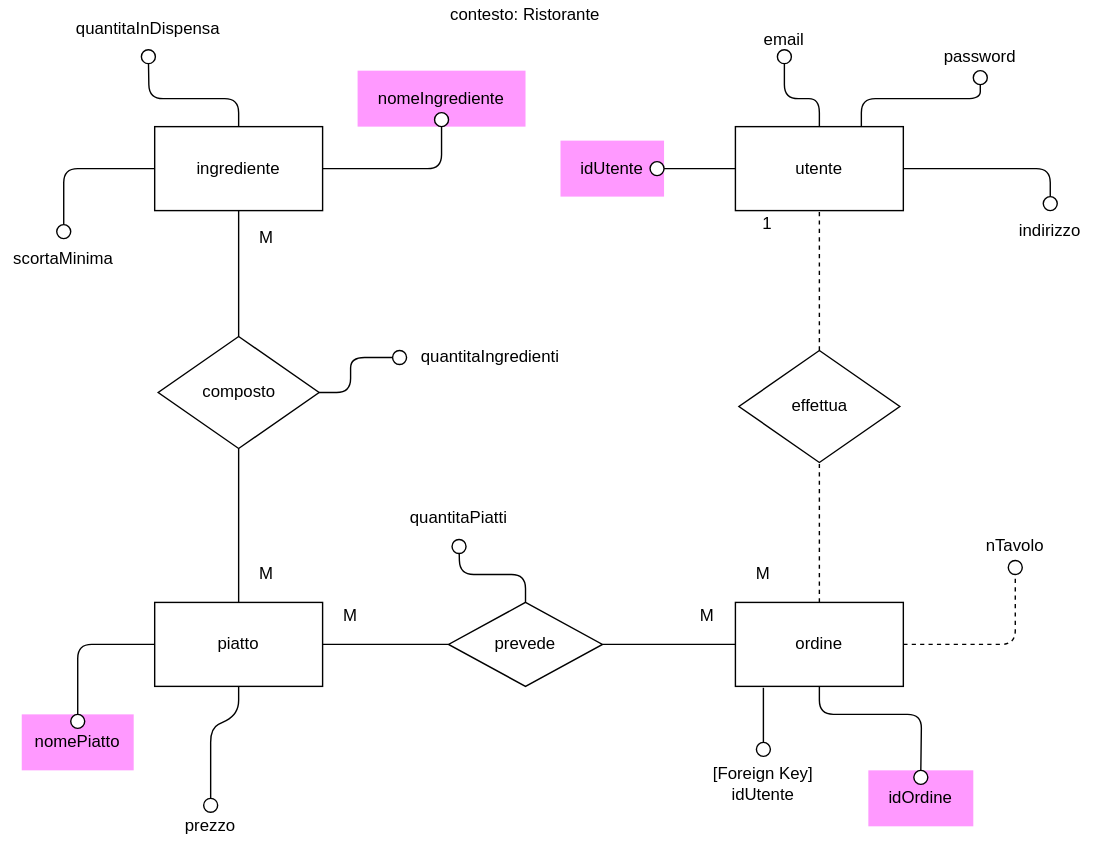
Santeenee/ExamProject keeps this draw.io diagram as E-R_diagram.svg. Above is the earlier version. Source tidied: cells renumbered, new cells last; positions are measured from the earlier drawing's top-left corner, leaving out a move shared by most shapes.
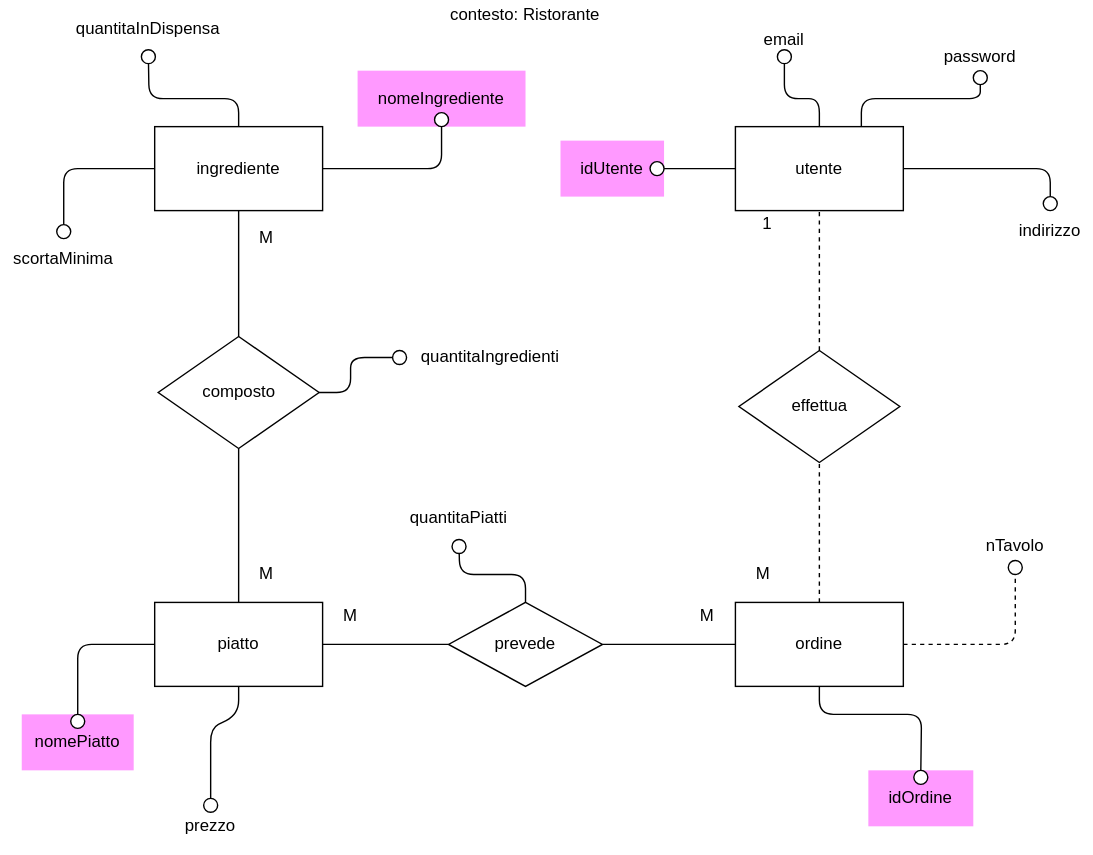
Above is the later version.

What changed in the source:
```diff
@@ -225,17 +225,6 @@
     <mxCell id="57" style="ellipse;whiteSpace=wrap;html=1;fillColor=#FFFFFF;" parent="1" vertex="1">
       <mxGeometry x="100.5" y="35" width="10" height="10" as="geometry" />
     </mxCell>
-    <mxCell id="58" value="[Foreign Key] idUtente" style="text;html=1;strokeColor=none;fillColor=none;align=center;verticalAlign=middle;whiteSpace=wrap;rounded=0;" parent="1" vertex="1">
-      <mxGeometry x="500" y="530" width="90" height="60" as="geometry" />
-    </mxCell>
-    <mxCell id="59" style="endArrow=none;html=1;entryX=0.5;entryY=0;entryDx=0;entryDy=0;" parent="1" edge="1" target="58">
-      <mxGeometry relative="1" as="geometry">
-        <mxPoint x="545" y="491" as="sourcePoint" />
-      </mxGeometry>
-    </mxCell>
-    <mxCell id="60" style="ellipse;whiteSpace=wrap;html=1;fillColor=#FFFFFF;" parent="1" vertex="1">
-      <mxGeometry x="540" y="530" width="10" height="10" as="geometry" />
-    </mxCell>
     <mxCell id="61" style="endArrow=none;html=1;entryX=0;entryY=0.5;entryDx=0;entryDy=0;exitX=1;exitY=0.5;exitDx=0;exitDy=0;" parent="1" edge="1" source="62" target="22">
       <mxGeometry relative="1" as="geometry" />
     </mxCell>
```
